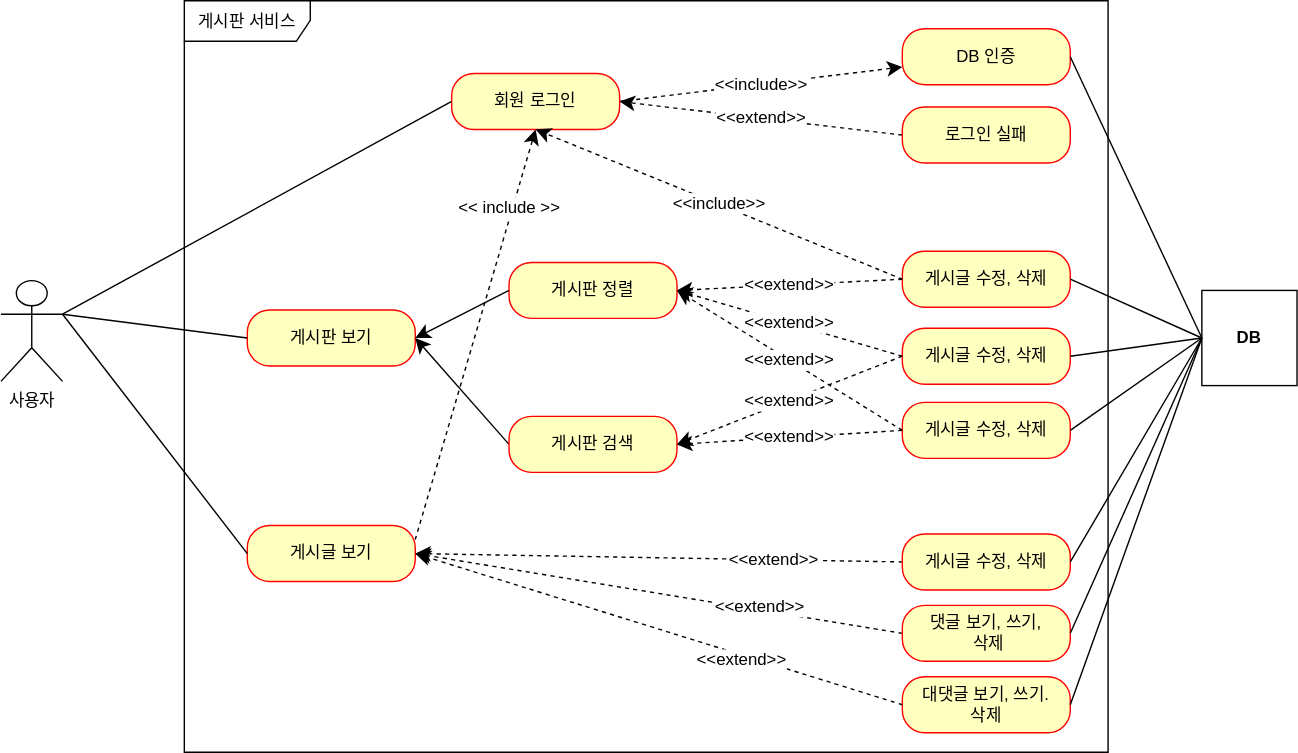
This is document/use-case.svg from laphayen/project-board, a draw.io export, as it was before one commit. Source tidied: cells renumbered, new cells last; positions are measured from the earlier drawing's top-left corner, leaving out a move shared by most shapes.
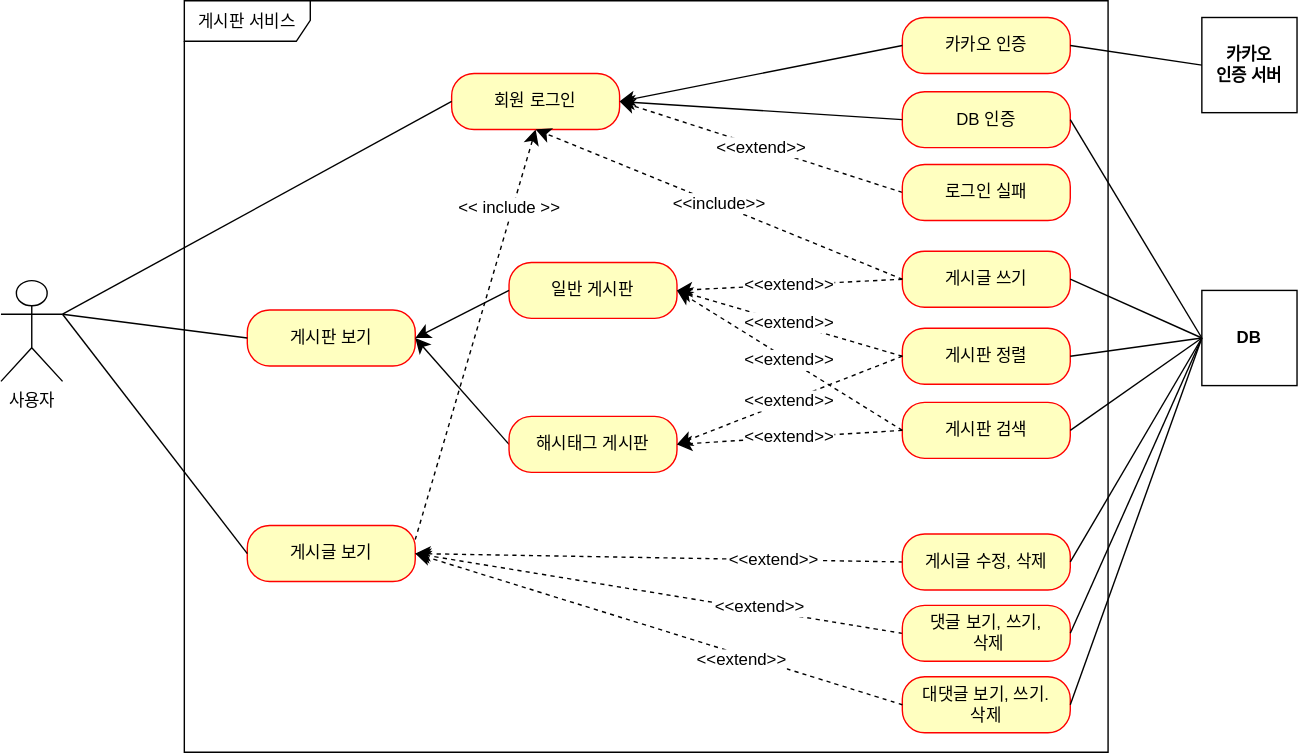
After the commit.

Commit message:
#65 - Add Kakao authentication to the use-case.svg

The edit, as a diff of the source:
```diff
@@ -22,28 +22,25 @@
     <mxCell id="7" value="게시글 보기" style="rounded=1;whiteSpace=wrap;html=1;arcSize=40;fontColor=#000000;fillColor=#ffffc0;strokeColor=#ff0000;" parent="1" vertex="1">
       <mxGeometry x="176" y="375" width="120" height="40" as="geometry" />
     </mxCell>
-    <mxCell id="8" value="&amp;lt;&amp;lt;include&amp;gt;&amp;gt;" style="edgeStyle=none;curved=1;rounded=0;jettySize=auto;html=1;exitX=1;exitY=0.5;exitDx=0;exitDy=0;fontSize=12;startSize=8;endSize=8;endArrow=classic;endFill=1;dashed=1;" parent="1" edge="1" source="9" target="10">
-      <mxGeometry relative="1" as="geometry" />
-    </mxCell>
     <mxCell id="9" value="&lt;div&gt;회원 로그인&lt;/div&gt;" style="rounded=1;whiteSpace=wrap;html=1;arcSize=40;fontColor=#000000;fillColor=#ffffc0;strokeColor=#ff0000;" parent="1" vertex="1">
       <mxGeometry x="322" y="52" width="120" height="40" as="geometry" />
     </mxCell>
     <mxCell id="10" value="DB 인증" style="rounded=1;whiteSpace=wrap;html=1;arcSize=40;fontColor=#000000;fillColor=#ffffc0;strokeColor=#ff0000;" parent="1" vertex="1">
-      <mxGeometry x="644" y="20" width="120" height="40" as="geometry" />
+      <mxGeometry x="644" y="65" width="120" height="40" as="geometry" />
     </mxCell>
     <mxCell id="11" value="&amp;lt;&amp;lt;extend&amp;gt;&amp;gt;" style="edgeStyle=none;curved=1;rounded=0;jettySize=auto;html=1;exitX=0;exitY=0.5;exitDx=0;exitDy=0;fontSize=12;startSize=8;endSize=8;endArrow=classic;endFill=1;entryX=1;entryY=0.5;entryDx=0;entryDy=0;dashed=1;" parent="1" edge="1" source="12" target="9">
       <mxGeometry relative="1" as="geometry" />
     </mxCell>
     <mxCell id="12" value="로그인 실패" style="rounded=1;whiteSpace=wrap;html=1;arcSize=40;fontColor=#000000;fillColor=#ffffc0;strokeColor=#ff0000;" parent="1" vertex="1">
-      <mxGeometry x="644" y="76" width="120" height="40" as="geometry" />
+      <mxGeometry x="644" y="117" width="120" height="40" as="geometry" />
     </mxCell>
-    <mxCell id="13" value="게시판 정렬" style="rounded=1;whiteSpace=wrap;html=1;arcSize=40;fontColor=#000000;fillColor=#ffffc0;strokeColor=#ff0000;" parent="1" vertex="1">
+    <mxCell id="13" value="일반 게시판" style="rounded=1;whiteSpace=wrap;html=1;arcSize=40;fontColor=#000000;fillColor=#ffffc0;strokeColor=#ff0000;" parent="1" vertex="1">
       <mxGeometry x="363" y="187" width="120" height="40" as="geometry" />
     </mxCell>
     <mxCell id="14" style="edgeStyle=none;curved=1;rounded=0;jettySize=auto;html=1;exitX=0;exitY=0.5;exitDx=0;exitDy=0;fontSize=12;startSize=8;endSize=8;entryX=1;entryY=0.5;entryDx=0;entryDy=0;" parent="1" edge="1" source="15" target="4">
       <mxGeometry relative="1" as="geometry" />
     </mxCell>
-    <mxCell id="15" value="게시판 검색" style="rounded=1;whiteSpace=wrap;html=1;arcSize=40;fontColor=#000000;fillColor=#ffffc0;strokeColor=#ff0000;" parent="1" vertex="1">
+    <mxCell id="15" value="해시태그 게시판" style="rounded=1;whiteSpace=wrap;html=1;arcSize=40;fontColor=#000000;fillColor=#ffffc0;strokeColor=#ff0000;" parent="1" vertex="1">
       <mxGeometry x="363" y="297" width="120" height="40" as="geometry" />
     </mxCell>
     <mxCell id="16" style="edgeStyle=none;curved=1;rounded=0;jettySize=auto;html=1;exitX=0;exitY=0.5;exitDx=0;exitDy=0;entryX=1;entryY=0.5;entryDx=0;entryDy=0;fontSize=12;startSize=8;endSize=8;dashed=1;" parent="1" edge="1" source="18" target="7">
@@ -88,13 +85,13 @@
     <mxCell id="29" value="&amp;lt;&amp;lt;extend&amp;gt;&amp;gt;" style="edgeLabel;html=1;align=center;verticalAlign=middle;fontSize=12;" parent="28" vertex="1">
       <mxGeometry x="-0.34" y="3" relative="1" as="geometry" />
     </mxCell>
-    <mxCell id="30" value="게시글 수정, 삭제" style="rounded=1;whiteSpace=wrap;html=1;arcSize=40;fontColor=#000000;fillColor=#ffffc0;strokeColor=#ff0000;" parent="1" vertex="1">
+    <mxCell id="30" value="게시판 검색" style="rounded=1;whiteSpace=wrap;html=1;arcSize=40;fontColor=#000000;fillColor=#ffffc0;strokeColor=#ff0000;" parent="1" vertex="1">
       <mxGeometry x="644" y="287" width="120" height="40" as="geometry" />
     </mxCell>
-    <mxCell id="31" value="게시글 수정, 삭제" style="rounded=1;whiteSpace=wrap;html=1;arcSize=40;fontColor=#000000;fillColor=#ffffc0;strokeColor=#ff0000;" parent="1" vertex="1">
+    <mxCell id="31" value="게시판 정렬" style="rounded=1;whiteSpace=wrap;html=1;arcSize=40;fontColor=#000000;fillColor=#ffffc0;strokeColor=#ff0000;" parent="1" vertex="1">
       <mxGeometry x="644" y="234" width="120" height="40" as="geometry" />
     </mxCell>
-    <mxCell id="32" value="게시글 수정, 삭제" style="rounded=1;whiteSpace=wrap;html=1;arcSize=40;fontColor=#000000;fillColor=#ffffc0;strokeColor=#ff0000;" parent="1" vertex="1">
+    <mxCell id="32" value="게시글 쓰기" style="rounded=1;whiteSpace=wrap;html=1;arcSize=40;fontColor=#000000;fillColor=#ffffc0;strokeColor=#ff0000;" parent="1" vertex="1">
       <mxGeometry x="644" y="179" width="120" height="40" as="geometry" />
     </mxCell>
     <mxCell id="33" value="&amp;lt;&amp;lt;include&amp;gt;&amp;gt;" style="edgeStyle=none;curved=1;rounded=0;jettySize=auto;html=1;exitX=0;exitY=0.5;exitDx=0;exitDy=0;fontSize=12;startSize=8;endSize=8;endArrow=classic;endFill=1;entryX=0.5;entryY=1;entryDx=0;entryDy=0;dashed=1;" parent="1" edge="1" source="32" target="9">
@@ -136,5 +133,20 @@
     <mxCell id="45" style="edgeStyle=none;curved=1;rounded=0;jettySize=auto;html=1;exitX=0;exitY=0.5;exitDx=0;exitDy=0;entryX=1;entryY=0.5;entryDx=0;entryDy=0;fontSize=12;startSize=8;endSize=8;endArrow=none;endFill=0;startArrow=none;startFill=0;" parent="1" edge="1" source="26" target="27">
       <mxGeometry relative="1" as="geometry" />
     </mxCell>
+    <mxCell id="46" value="카카오 인증" style="rounded=1;whiteSpace=wrap;html=1;arcSize=40;fontColor=#000000;fillColor=#ffffc0;strokeColor=#ff0000;" parent="1" vertex="1">
+      <mxGeometry x="644" y="12" width="120" height="40" as="geometry" />
+    </mxCell>
+    <mxCell id="47" value="&lt;b&gt;카카오&lt;br&gt;인증 서버&lt;/b&gt;" style="html=1;whiteSpace=wrap;" parent="1" vertex="1">
+      <mxGeometry x="858" y="12" width="68" height="68" as="geometry" />
+    </mxCell>
+    <mxCell id="48" style="edgeStyle=none;curved=1;rounded=0;jettySize=auto;html=1;exitX=0;exitY=0.5;exitDx=0;exitDy=0;entryX=1;entryY=0.5;entryDx=0;entryDy=0;fontSize=12;startSize=8;endSize=8;endArrow=none;endFill=0;startArrow=none;startFill=0;" parent="1" edge="1" source="47" target="46">
+      <mxGeometry relative="1" as="geometry" />
+    </mxCell>
+    <mxCell id="49" style="edgeStyle=none;curved=1;rounded=0;jettySize=auto;html=1;exitX=0;exitY=0.5;exitDx=0;exitDy=0;entryX=1;entryY=0.5;entryDx=0;entryDy=0;fontSize=12;startSize=8;endSize=8;" parent="1" edge="1" source="46" target="9">
+      <mxGeometry relative="1" as="geometry" />
+    </mxCell>
+    <mxCell id="50" style="edgeStyle=none;curved=1;rounded=0;jettySize=auto;html=1;exitX=0;exitY=0.5;exitDx=0;exitDy=0;entryX=1;entryY=0.5;entryDx=0;entryDy=0;fontSize=12;startSize=8;endSize=8;" parent="1" edge="1" source="10" target="9">
+      <mxGeometry relative="1" as="geometry" />
+    </mxCell>
   </root>
 </mxGraphModel>
```
